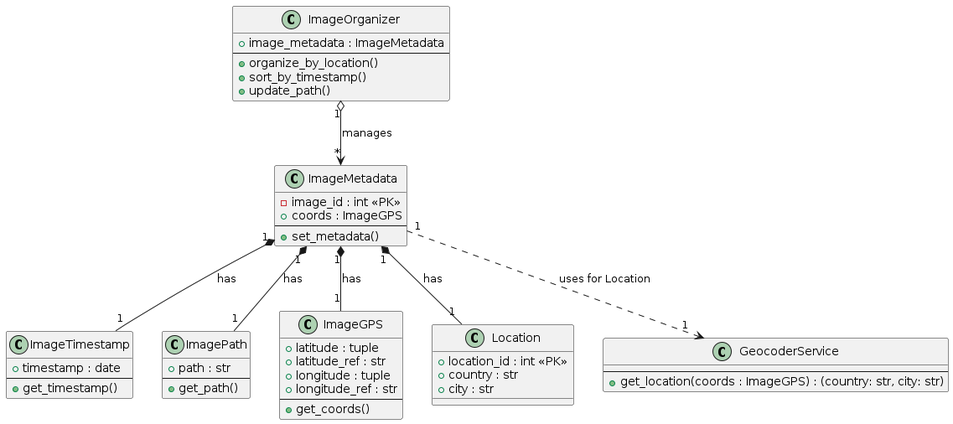
This is assets/architecture/diagrams/class_diagram.png from ansandnes/image-sorter, a PlantUML export, as it was before one commit.
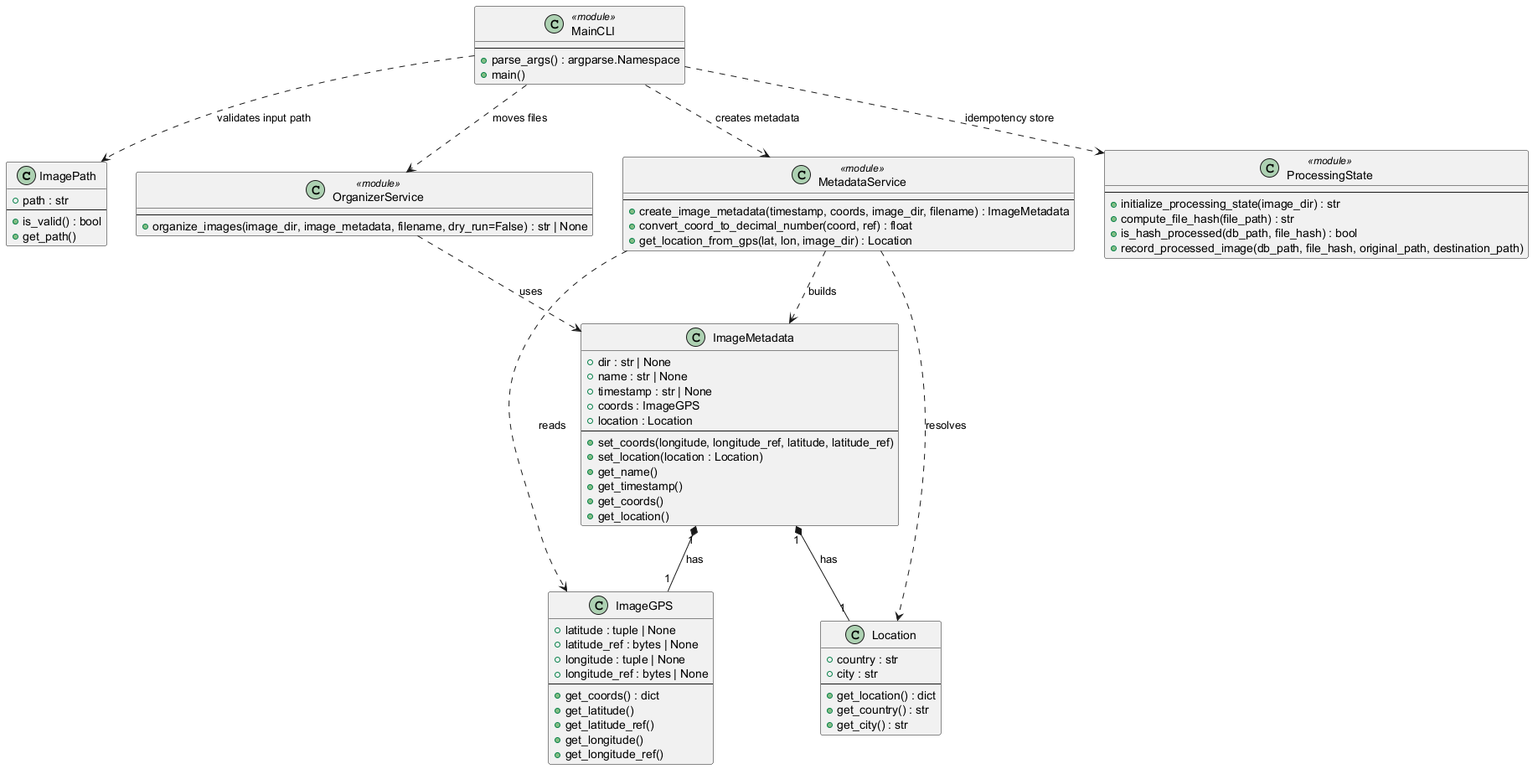
Later version of the same file.

The edit, as a diff of the source:
```diff
@@ -1,63 +1,86 @@
 @startuml Image-Sorter
-
-class ImageTimestamp {
-    +timestamp : date
-    --
-    +get_timestamp()
-}
 
 class ImagePath {
     +path : str
     --
+    +is_valid() : bool
     +get_path()
 }
 
 class ImageGPS {
-    +latitude : tuple
-    +latitude_ref : str
-    +longitude : tuple
-    +longitude_ref : str
+    +latitude : tuple | None
+    +latitude_ref : bytes | None
+    +longitude : tuple | None
+    +longitude_ref : bytes | None
     --
-    +get_coords()
+    +get_coords() : dict
+    +get_latitude()
+    +get_latitude_ref()
+    +get_longitude()
+    +get_longitude_ref()
 }
 
 class Location {
-    +location_id : int <<PK>>
     +country : str
     +city : str
-}
-
-class GeocoderService {
     --
-    +get_location(coords : ImageGPS) : (country: str, city: str)
+    +get_location() : dict
+    +get_country() : str
+    +get_city() : str
 }
 
 class ImageMetadata {
-    -image_id : int <<PK>>
+    +dir : str | None
+    +name : str | None
+    +timestamp : str | None
     +coords : ImageGPS
+    +location : Location
     --
-    +set_metadata()
+    +set_coords(longitude, longitude_ref, latitude, latitude_ref)
+    +set_location(location : Location)
+    +get_name()
+    +get_timestamp()
+    +get_coords()
+    +get_location()
 }
 
-class ImageOrganizer {
-    +image_metadata : ImageMetadata
+class MetadataService <<module>> {
     --
-    +organize_by_location()
-    +sort_by_timestamp()
-    +update_path()
+    +create_image_metadata(timestamp, coords, image_dir, filename) : ImageMetadata
+    +convert_coord_to_decimal_number(coord, ref) : float
+    +get_location_from_gps(lat, lon, image_dir) : Location
+}
+
+class OrganizerService <<module>> {
+    --
+    +organize_images(image_dir, image_metadata, filename, dry_run=False) : str | None
+}
+
+class ProcessingState <<module>> {
+    --
+    +initialize_processing_state(image_dir) : str
+    +compute_file_hash(file_path) : str
+    +is_hash_processed(db_path, file_hash) : bool
+    +record_processed_image(db_path, file_hash, original_path, destination_path)
+}
+
+class MainCLI <<module>> {
+    --
+    +parse_args() : argparse.Namespace
+    +main()
 }
 
 
-
-ImageMetadata "1" *-- "1" ImageTimestamp : has
-ImageMetadata "1" *-- "1" ImagePath : has
 ImageMetadata "1" *-- "1" ImageGPS : has
 ImageMetadata "1" *-- "1" Location : has
 
-ImageMetadata "1" ..> "1" GeocoderService : uses for Location
-
-ImageOrganizer "1" o--> "*" ImageMetadata : manages
-
-
+MetadataService ..> ImageMetadata : builds
+MetadataService ..> ImageGPS : reads
+MetadataService ..> Location : resolves
+OrganizerService ..> ImageMetadata : uses
+MainCLI ..> ImagePath : validates input path
+MainCLI ..> MetadataService : creates metadata
+MainCLI ..> OrganizerService : moves files
+MainCLI ..> ProcessingState : idempotency store
 
 @enduml
```
